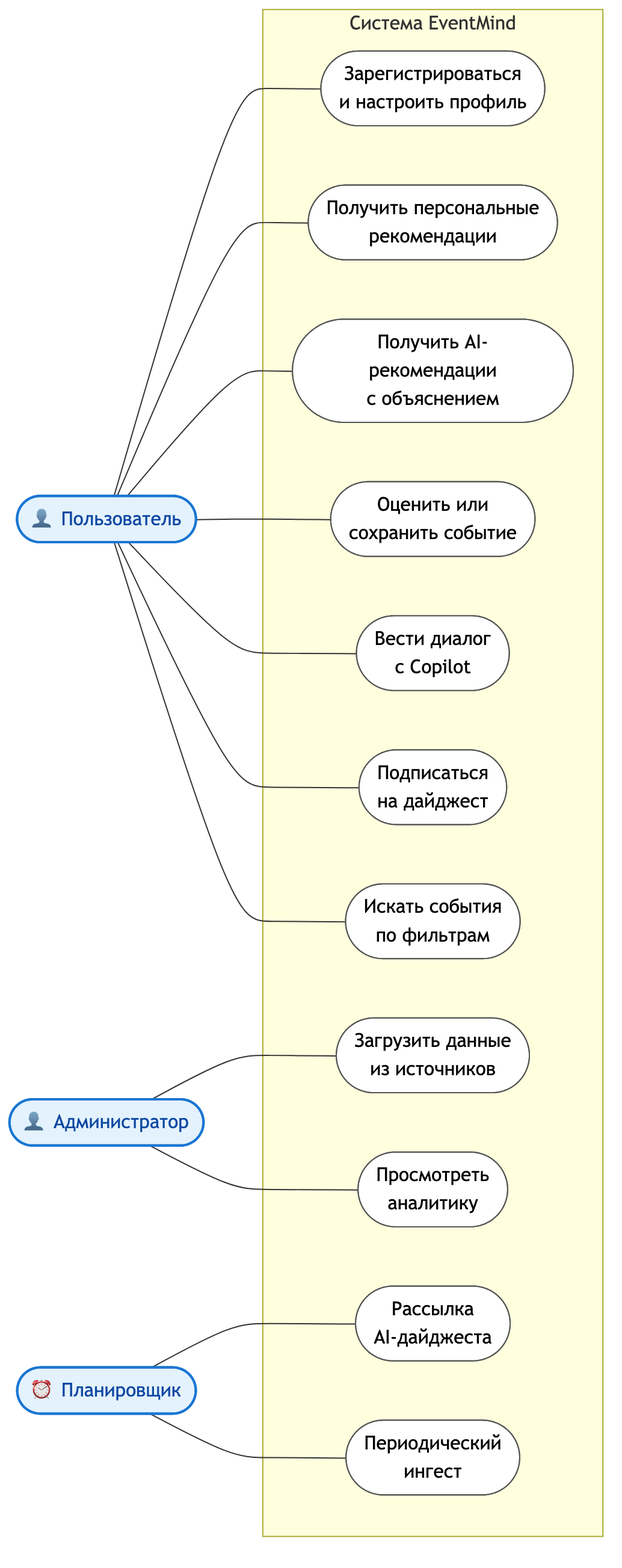
The Mermaid diagram docs/diagrams/01_use_case.png in EgorBelov/event_mind, before a commit. Its source is kept beside it as docs/diagrams/01_use_case.mmd.
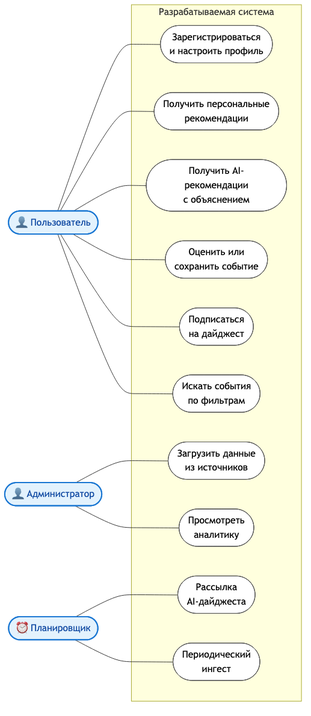
Later version of the same file.

Change to the diagram source:
```diff
@@ -8,12 +8,11 @@
     ADMIN(["👤 Администратор"]):::actor
     SCHED(["⏰ Планировщик"]):::actor
 
-    subgraph System["Система EventMind"]
+    subgraph System["Разрабатываемая система"]
         UC1(["Зарегистрироваться<br/>и настроить профиль"]):::uc
         UC2(["Получить персональные<br/>рекомендации"]):::uc
         UC3(["Получить AI-рекомендации<br/>с объяснением"]):::uc
         UC4(["Оценить или<br/>сохранить событие"]):::uc
-        UC5(["Вести диалог<br/>с Copilot"]):::uc
         UC6(["Подписаться<br/>на дайджест"]):::uc
         UC7(["Искать события<br/>по фильтрам"]):::uc
         UC8(["Загрузить данные<br/>из источников"]):::uc
@@ -26,7 +25,6 @@
     USER --- UC2
     USER --- UC3
     USER --- UC4
-    USER --- UC5
     USER --- UC6
     USER --- UC7
 
```
